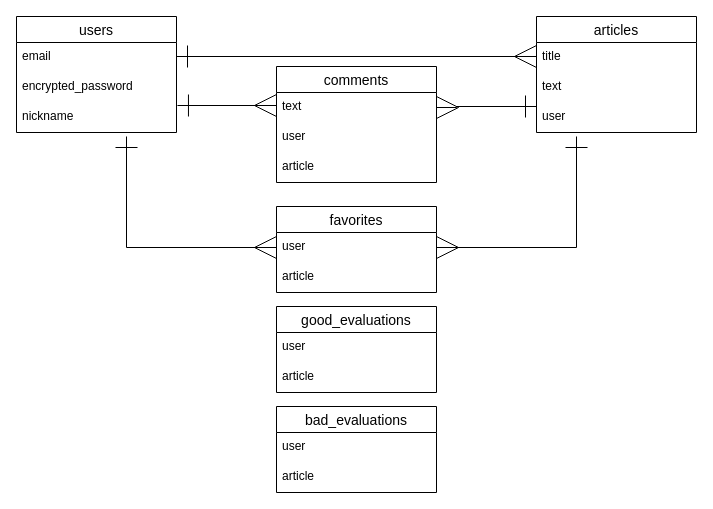
The draw.io diagram potsicleapp.dio in kazuki0925/posticleapp, before the edit. Source tidied: cells renumbered, new cells numbered last; positions are measured from the earlier drawing's top-left corner, leaving out a move shared by most shapes. Both pictures are drawn from the tidied source at 100%, with x=0, y=0 at pixel (16, 16).
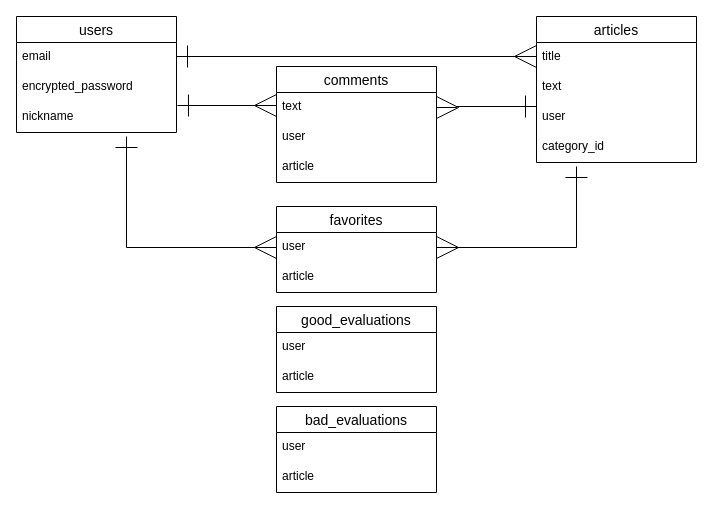
After the change.

Unchanged cells that the change refers to:
```xml
<mxCell id="18" value="user" style="text;strokeColor=none;fillColor=none;spacingLeft=4;spacingRight=4;overflow=hidden;points=[[0,0.5],[1,0.5]];portConstraint=eastwest;fontSize=12;" parent="17" vertex="1">
  <mxGeometry y="26" width="160" height="30" as="geometry" />
</mxCell>
```

The edit, as a diff of the source:
```diff
@@
     <mxCell id="6" value="articles" style="swimlane;fontStyle=0;horizontal=1;startSize=26;align=center;fontSize=14;" parent="1" vertex="1">
-      <mxGeometry x="520" width="160" height="116" as="geometry" />
+      <mxGeometry x="520" width="160" height="146" as="geometry" />
     </mxCell>
@@
+    <mxCell id="28" value="category_id" style="text;strokeColor=none;fillColor=none;spacingLeft=4;spacingRight=4;overflow=hidden;fontSize=12;" parent="6" vertex="1">
+      <mxGeometry y="116" width="160" height="30" as="geometry" />
+    </mxCell>
@@
     <mxCell id="21" style="edgeStyle=orthogonalEdgeStyle;rounded=0;jettySize=auto;html=1;exitX=1;exitY=0.5;exitDx=0;exitDy=0;endArrow=ERone;endFill=0;endSize=20;startArrow=ERmany;startFill=0;startSize=20;" parent="1" edge="1" source="18">
       <mxGeometry relative="1" as="geometry">
-        <mxPoint x="560" y="120" as="targetPoint" />
+        <mxPoint x="560" y="150" as="targetPoint" />
         <Array as="points">
           <mxPoint x="560" y="231" />
         </Array>
       </mxGeometry>
     </mxCell>
```
